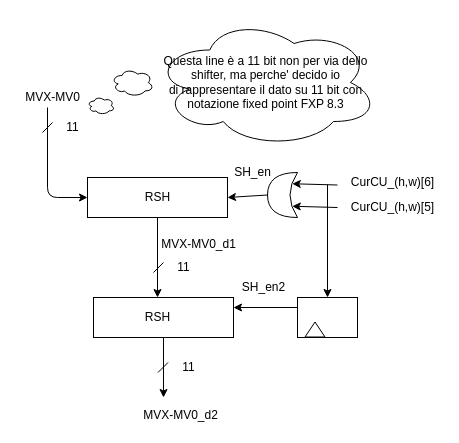
The draw.io diagram page "R_SH2" (6 of 8) of AME-block_diagram.drawio in CostantinoTaranto/AME_Block-Diagram, before the edit. Source tidied: cells renumbered, new cells numbered last; positions are measured from the earlier drawing's top-left corner, leaving out a move shared by most shapes. Both pictures are drawn from the tidied source at 100%, with x=0, y=0 at pixel (17, 17).
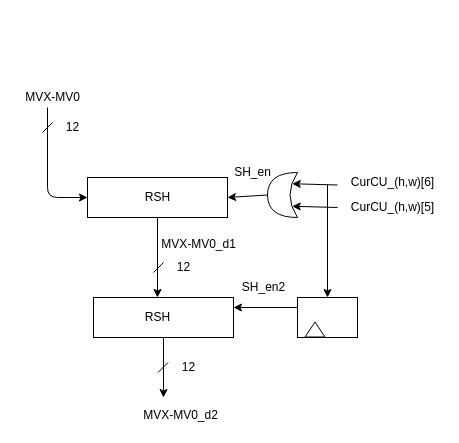
After the change.

The edit, as a diff of the source:
```diff
@@
-    <mxCell id="20" value="11" style="text;html=1;align=center;verticalAlign=middle;" parent="1" vertex="1">
+    <mxCell id="20" value="12" style="text;html=1;align=center;verticalAlign=middle;" parent="1" vertex="1">
       <mxGeometry x="40" y="100" width="30" height="20" as="geometry" />
     </mxCell>
@@
-    <mxCell id="27" value="11" style="text;html=1;align=center;verticalAlign=middle;" parent="1" vertex="1">
+    <mxCell id="27" value="12" style="text;html=1;align=center;verticalAlign=middle;" parent="1" vertex="1">
       <mxGeometry x="151" y="240" width="30" height="20" as="geometry" />
     </mxCell>
@@
-    <mxCell id="29" value="11" style="text;html=1;align=center;verticalAlign=middle;" parent="1" vertex="1">
+    <mxCell id="29" value="12" style="text;html=1;align=center;verticalAlign=middle;" parent="1" vertex="1">
       <mxGeometry x="155.5" y="340" width="30" height="20" as="geometry" />
     </mxCell>
-    <mxCell id="30" value="Questa line è a 11 bit non per via dello shifter, ma perche' decido io&lt;br&gt;di rappresentare il dato su 11 bit con notazione fixed point FXP 8.3" style="ellipse;shape=cloud;whiteSpace=wrap;html=1;" parent="1" vertex="1">
-      <mxGeometry x="136" width="225" height="130" as="geometry" />
-    </mxCell>
-    <mxCell id="31" style="ellipse;shape=cloud;whiteSpace=wrap;html=1;" parent="1" vertex="1">
-      <mxGeometry x="94" y="51" width="42" height="28" as="geometry" />
-    </mxCell>
-    <mxCell id="32" style="ellipse;shape=cloud;whiteSpace=wrap;html=1;" parent="1" vertex="1">
-      <mxGeometry x="70" y="79" width="27" height="18" as="geometry" />
-    </mxCell>
```
